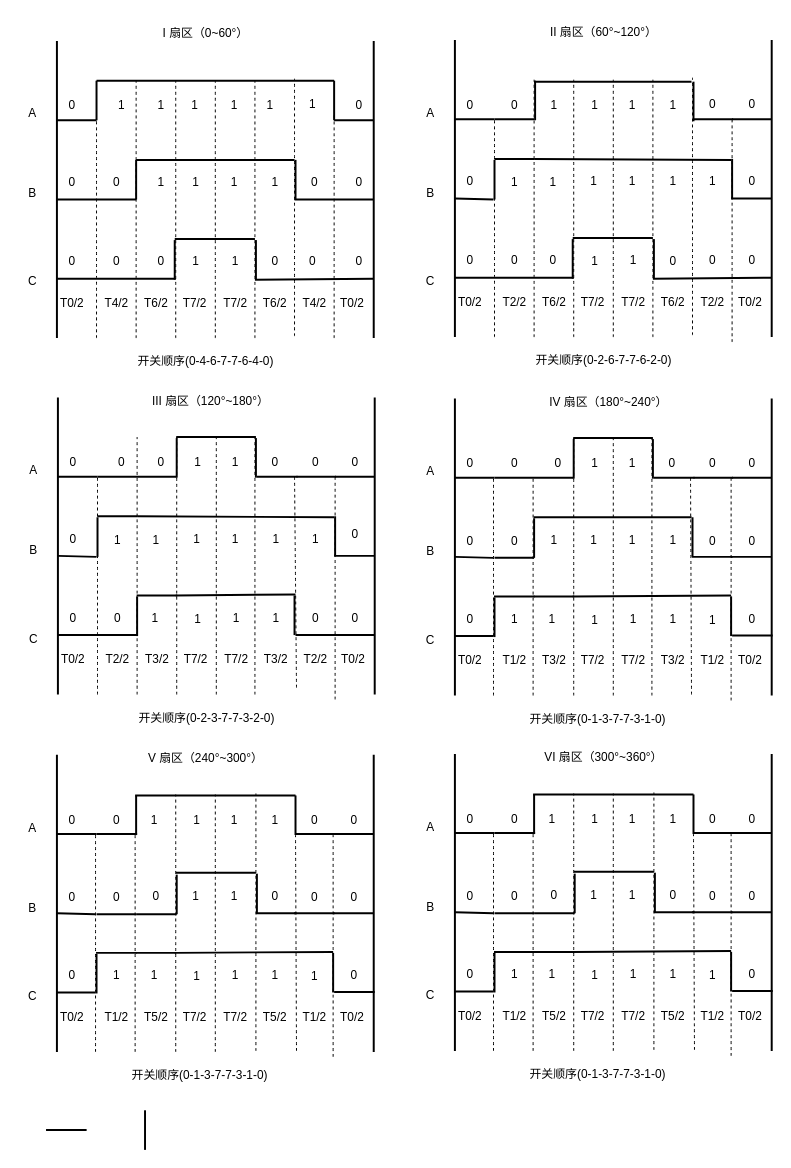
The draw.io diagram page "SVPWM 开关时序" (3 of 3) of SVPWM 脉冲调制.drawio in Vinson-001/Blog-flow-chart, before the edit. Source tidied: cells renumbered, new cells numbered last; positions are measured from the earlier drawing's top-left corner, leaving out a move shared by most shapes. Both pictures are drawn from the tidied source at 99%, with x=0, y=0 at pixel (17, 17).
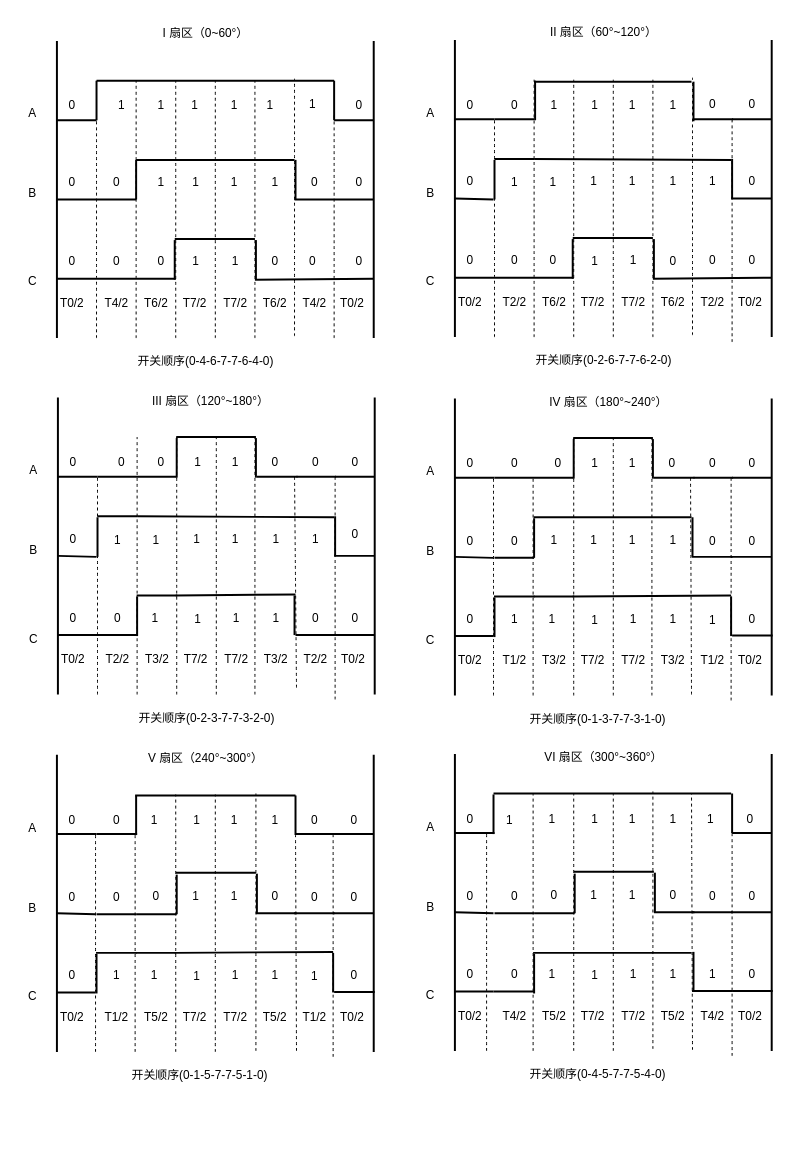
The same diagram, later.

Commit message (it also covers changes not shown here):
更新SVPWM 脉冲调制.drawio

Change to the diagram source:
```diff
@@
-    <mxCell id="190" style="endArrow=none;html=1;rounded=0;curved=1;strokeWidth=2;" parent="1" edge="1">
-      <mxGeometry relative="1" as="geometry">
-        <mxPoint x="29" y="1124" as="sourcePoint" />
-        <mxPoint x="70" y="1124" as="targetPoint" />
-      </mxGeometry>
-    </mxCell>
@@
-    <mxCell id="193" style="endArrow=none;html=1;rounded=0;curved=1;strokeWidth=2;" parent="1" edge="1">
-      <mxGeometry relative="1" as="geometry">
-        <mxPoint x="129" y="1144" as="sourcePoint" />
-        <mxPoint x="129" y="1104" as="targetPoint" />
-      </mxGeometry>
-    </mxCell>
@@
-    <mxCell id="326" value="开关顺序(0-1-3-7-7-3-1-0)" style="text;html=1;align=center;verticalAlign=middle;strokeColor=none;fillColor=none;" parent="1" vertex="1">
+    <mxCell id="326" value="开关顺序(0-1-5-7-7-5-1-0)" style="text;html=1;align=center;verticalAlign=middle;strokeColor=none;fillColor=none;" parent="1" vertex="1">
       <mxGeometry x="104" y="1054" width="160" height="30" as="geometry" />
     </mxCell>
@@
     <mxCell id="333" style="endArrow=none;html=1;rounded=0;curved=1;strokeWidth=2;" parent="1" edge="1">
       <mxGeometry relative="1" as="geometry">
-        <mxPoint x="683" y="825" as="sourcePoint" />
-        <mxPoint x="683" y="785" as="targetPoint" />
+        <mxPoint x="722" y="824" as="sourcePoint" />
+        <mxPoint x="722" y="784" as="targetPoint" />
       </mxGeometry>
     </mxCell>
@@
     <mxCell id="335" value="0" style="text;html=1;align=center;verticalAlign=middle;strokeColor=none;fillColor=none;" parent="1" vertex="1">
-      <mxGeometry x="727" y="795" width="30" height="30" as="geometry" />
+      <mxGeometry x="725" y="795" width="30" height="30" as="geometry" />
     </mxCell>
@@
-    <mxCell id="345" value="1" style="text;html=1;align=center;verticalAlign=middle;strokeColor=none;fillColor=none;" parent="1" vertex="1">
+    <mxCell id="345" value="0" style="text;html=1;align=center;verticalAlign=middle;strokeColor=none;fillColor=none;" parent="1" vertex="1">
       <mxGeometry x="487" y="952" width="30" height="30" as="geometry" />
     </mxCell>
@@
     <mxCell id="349" style="endArrow=none;html=1;rounded=0;curved=1;strokeWidth=2;" parent="1" edge="1">
       <mxGeometry relative="1" as="geometry">
-        <mxPoint x="482" y="985" as="sourcePoint" />
-        <mxPoint x="482" y="945" as="targetPoint" />
+        <mxPoint x="522" y="986" as="sourcePoint" />
+        <mxPoint x="522" y="946" as="targetPoint" />
       </mxGeometry>
     </mxCell>
-    <mxCell id="350" style="endArrow=none;html=1;rounded=0;curved=1;strokeWidth=2;" parent="1" edge="1">
-      <mxGeometry relative="1" as="geometry">
-        <mxPoint x="561" y="944" as="sourcePoint" />
-        <mxPoint x="721" y="943" as="targetPoint" />
-      </mxGeometry>
-    </mxCell>
@@
     <mxCell id="353" style="endArrow=none;html=1;rounded=0;curved=1;strokeWidth=2;" parent="1" edge="1">
       <mxGeometry relative="1" as="geometry">
-        <mxPoint x="721" y="984" as="sourcePoint" />
-        <mxPoint x="721" y="944" as="targetPoint" />
+        <mxPoint x="683" y="984" as="sourcePoint" />
+        <mxPoint x="683" y="944" as="targetPoint" />
       </mxGeometry>
     </mxCell>
@@
     <mxCell id="355" value="1" style="text;html=1;align=center;verticalAlign=middle;strokeColor=none;fillColor=none;" parent="1" vertex="1">
-      <mxGeometry x="687" y="953" width="30" height="30" as="geometry" />
+      <mxGeometry x="687" y="952" width="30" height="30" as="geometry" />
     </mxCell>
@@
-    <mxCell id="365" value="T1/2" style="text;html=1;align=center;verticalAlign=middle;strokeColor=none;fillColor=none;" parent="1" vertex="1">
+    <mxCell id="365" value="T4/2" style="text;html=1;align=center;verticalAlign=middle;strokeColor=none;fillColor=none;" parent="1" vertex="1">
       <mxGeometry x="477" y="994" width="50" height="30" as="geometry" />
     </mxCell>
@@
-    <mxCell id="370" value="T1/2" style="text;html=1;align=center;verticalAlign=middle;strokeColor=none;fillColor=none;" parent="1" vertex="1">
+    <mxCell id="370" value="T4/2" style="text;html=1;align=center;verticalAlign=middle;strokeColor=none;fillColor=none;" parent="1" vertex="1">
       <mxGeometry x="677" y="994" width="50" height="30" as="geometry" />
     </mxCell>
@@
     <mxCell id="372" style="endArrow=none;dashed=1;html=1;rounded=0;curved=1;" parent="1" edge="1">
       <mxGeometry relative="1" as="geometry">
-        <mxPoint x="481" y="1044" as="sourcePoint" />
-        <mxPoint x="481" y="824" as="targetPoint" />
+        <mxPoint x="474" y="1044" as="sourcePoint" />
+        <mxPoint x="474" y="824" as="targetPoint" />
       </mxGeometry>
     </mxCell>
     <mxCell id="373" style="endArrow=none;dashed=1;html=1;rounded=0;curved=1;" parent="1" edge="1">
       <mxGeometry relative="1" as="geometry">
         <mxPoint x="521" y="1044" as="sourcePoint" />
-        <mxPoint x="521" y="823" as="targetPoint" />
+        <mxPoint x="521" y="784" as="targetPoint" />
       </mxGeometry>
     </mxCell>
@@
     <mxCell id="376" style="endArrow=none;dashed=1;html=1;rounded=0;curved=1;" parent="1" edge="1">
       <mxGeometry relative="1" as="geometry">
-        <mxPoint x="643" y="1043" as="sourcePoint" />
-        <mxPoint x="643" y="783" as="targetPoint" />
+        <mxPoint x="642" y="1042" as="sourcePoint" />
+        <mxPoint x="642" y="782" as="targetPoint" />
       </mxGeometry>
     </mxCell>
-    <mxCell id="377" style="endArrow=none;dashed=1;html=1;rounded=0;curved=1;entryX=0;entryY=1.067;entryDx=0;entryDy=0;entryPerimeter=0;" parent="1" edge="1">
+    <mxCell id="377" style="endArrow=none;dashed=1;html=1;rounded=0;curved=1;" parent="1" edge="1">
       <mxGeometry relative="1" as="geometry">
-        <mxPoint x="684" y="1043" as="sourcePoint" />
-        <mxPoint x="683" y="822" as="targetPoint" />
+        <mxPoint x="682" y="1043" as="sourcePoint" />
+        <mxPoint x="681" y="784" as="targetPoint" />
       </mxGeometry>
     </mxCell>
     <mxCell id="378" style="endArrow=none;dashed=1;html=1;rounded=0;curved=1;" parent="1" edge="1">
       <mxGeometry relative="1" as="geometry">
-        <mxPoint x="721" y="1049" as="sourcePoint" />
-        <mxPoint x="721" y="822" as="targetPoint" />
+        <mxPoint x="722" y="1049" as="sourcePoint" />
+        <mxPoint x="722" y="822" as="targetPoint" />
       </mxGeometry>
     </mxCell>
@@
-    <mxCell id="382" style="endArrow=none;html=1;rounded=0;curved=1;strokeWidth=2;" parent="1" edge="1">
-      <mxGeometry relative="1" as="geometry">
-        <mxPoint x="482" y="824" as="sourcePoint" />
-        <mxPoint x="523" y="824" as="targetPoint" />
-      </mxGeometry>
-    </mxCell>
-    <mxCell id="383" value="0" style="text;html=1;align=center;verticalAlign=middle;strokeColor=none;fillColor=none;" parent="1" vertex="1">
-      <mxGeometry x="487" y="795" width="30" height="30" as="geometry" />
+    <mxCell id="383" value="1" style="text;html=1;align=center;verticalAlign=middle;strokeColor=none;fillColor=none;" parent="1" vertex="1">
+      <mxGeometry x="482" y="796" width="30" height="30" as="geometry" />
     </mxCell>
     <mxCell id="384" style="endArrow=none;html=1;rounded=0;curved=1;strokeWidth=2;" parent="1" edge="1">
       <mxGeometry relative="1" as="geometry">
-        <mxPoint x="522" y="825" as="sourcePoint" />
-        <mxPoint x="522" y="785" as="targetPoint" />
+        <mxPoint x="481" y="825" as="sourcePoint" />
+        <mxPoint x="481" y="785" as="targetPoint" />
       </mxGeometry>
     </mxCell>
@@
-    <mxCell id="388" style="endArrow=none;html=1;rounded=0;curved=1;strokeWidth=2;" parent="1" edge="1">
-      <mxGeometry relative="1" as="geometry">
-        <mxPoint x="683" y="824" as="sourcePoint" />
-        <mxPoint x="723" y="824" as="targetPoint" />
-      </mxGeometry>
-    </mxCell>
@@
-    <mxCell id="390" value="0" style="text;html=1;align=center;verticalAlign=middle;strokeColor=none;fillColor=none;" parent="1" vertex="1">
-      <mxGeometry x="687" y="795" width="30" height="30" as="geometry" />
+    <mxCell id="390" value="1" style="text;html=1;align=center;verticalAlign=middle;strokeColor=none;fillColor=none;" parent="1" vertex="1">
+      <mxGeometry x="685" y="795" width="30" height="30" as="geometry" />
     </mxCell>
-    <mxCell id="391" style="endArrow=none;html=1;rounded=0;curved=1;strokeWidth=2;" parent="1" edge="1">
-      <mxGeometry relative="1" as="geometry">
-        <mxPoint x="521.5" y="944" as="sourcePoint" />
-        <mxPoint x="562.5" y="944" as="targetPoint" />
-      </mxGeometry>
-    </mxCell>
-    <mxCell id="392" style="endArrow=none;html=1;rounded=0;curved=1;strokeWidth=2;" parent="1" edge="1">
-      <mxGeometry relative="1" as="geometry">
-        <mxPoint x="481.5" y="944" as="sourcePoint" />
-        <mxPoint x="522.5" y="944" as="targetPoint" />
-      </mxGeometry>
-    </mxCell>
@@
-    <mxCell id="395" value="开关顺序(0-1-3-7-7-3-1-0)" style="text;html=1;align=center;verticalAlign=middle;strokeColor=none;fillColor=none;" parent="1" vertex="1">
+    <mxCell id="395" value="开关顺序(0-4-5-7-7-5-4-0)" style="text;html=1;align=center;verticalAlign=middle;strokeColor=none;fillColor=none;" parent="1" vertex="1">
       <mxGeometry x="506" y="1053" width="160" height="30" as="geometry" />
     </mxCell>
     <mxCell id="396" style="endArrow=none;html=1;rounded=0;curved=1;strokeWidth=2;" parent="1" edge="1">
       <mxGeometry relative="1" as="geometry">
-        <mxPoint x="521" y="785" as="sourcePoint" />
-        <mxPoint x="683" y="785" as="targetPoint" />
+        <mxPoint x="481" y="784" as="sourcePoint" />
+        <mxPoint x="721" y="784" as="targetPoint" />
       </mxGeometry>
     </mxCell>
@@
+    <mxCell id="401" style="endArrow=none;html=1;rounded=0;curved=1;strokeWidth=2;" parent="1" edge="1">
+      <mxGeometry relative="1" as="geometry">
+        <mxPoint x="481" y="984" as="sourcePoint" />
+        <mxPoint x="522" y="984" as="targetPoint" />
+      </mxGeometry>
+    </mxCell>
+    <mxCell id="402" style="endArrow=none;html=1;rounded=0;curved=1;strokeWidth=2;" parent="1" edge="1">
+      <mxGeometry relative="1" as="geometry">
+        <mxPoint x="521" y="945" as="sourcePoint" />
+        <mxPoint x="681" y="945" as="targetPoint" />
+      </mxGeometry>
+    </mxCell>
+    <mxCell id="403" style="endArrow=none;html=1;rounded=0;curved=1;strokeWidth=2;" parent="1" edge="1">
+      <mxGeometry relative="1" as="geometry">
+        <mxPoint x="681.5" y="983.5" as="sourcePoint" />
+        <mxPoint x="722.5" y="983.5" as="targetPoint" />
+      </mxGeometry>
+    </mxCell>
```
